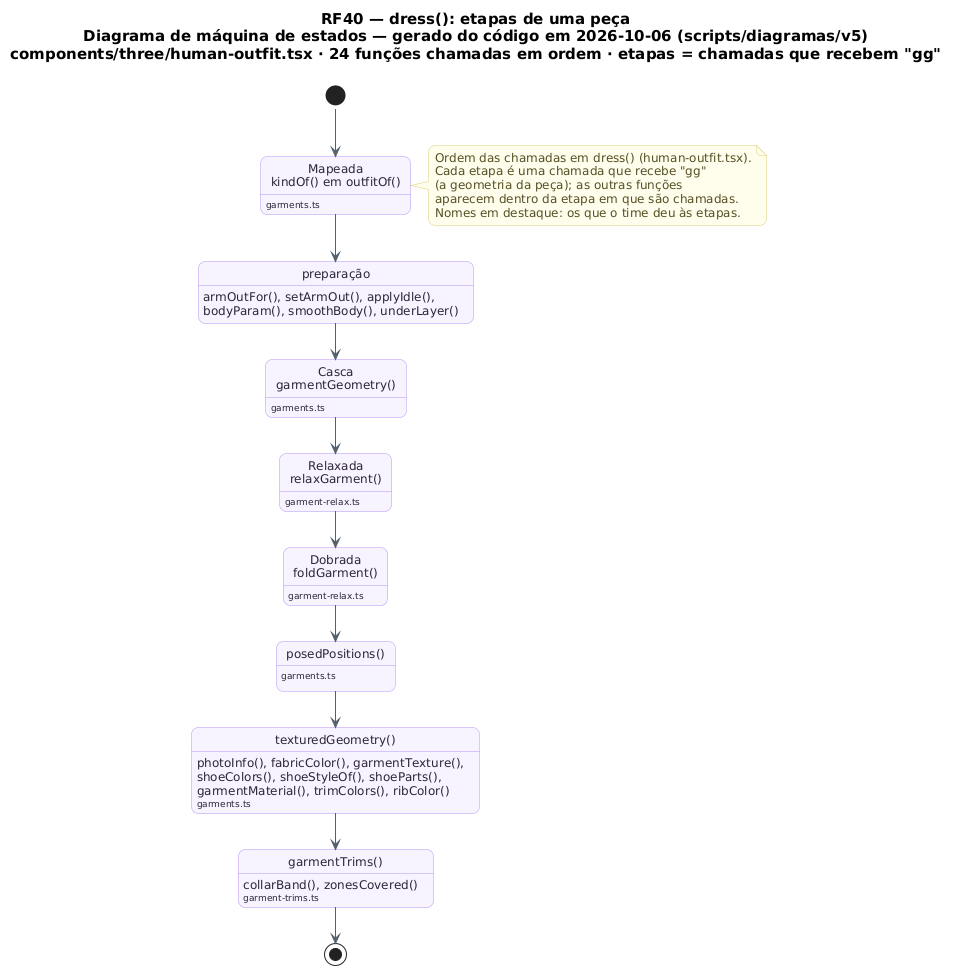
Before: docs/diagramas/RF40-roupa-no-avatar/RF40_Roupa_Estados.png, a diagram exported from PlantUML (MatheusHaliski/tcc-2026-fashion-ai-backend).
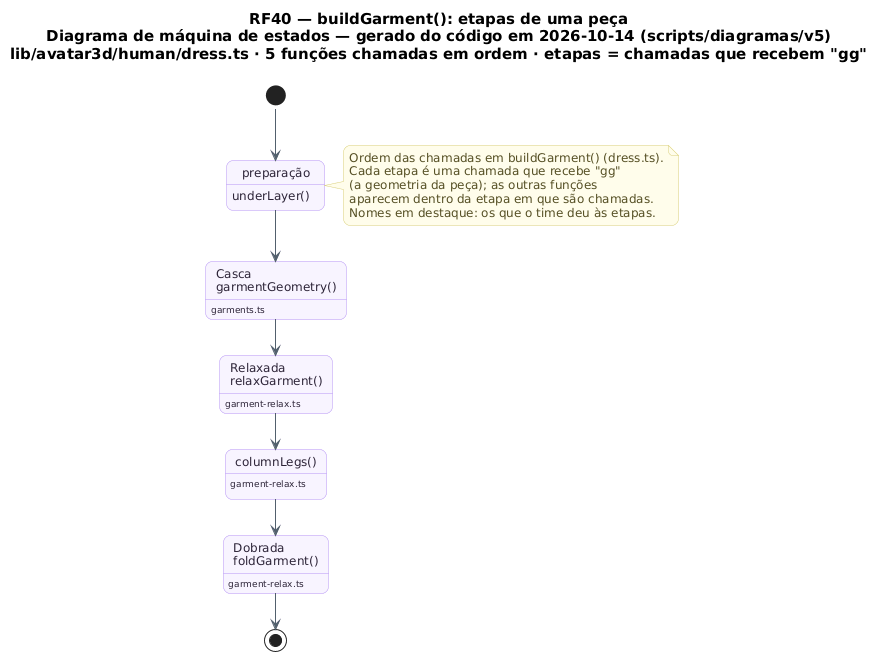
Later version of the same file.

What changed in the source:
```diff
@@ -19,37 +19,26 @@
   StartColor #20A77A
   EndColor #4B5563
 }
-title RF40 — dress(): etapas de uma peça\nDiagrama de máquina de estados — gerado do código em 2026-10-06 (scripts/diagramas/v5)\ncomponents/three/human-outfit.tsx · 24 funções chamadas em ordem · etapas = chamadas que recebem "gg"
+title RF40 — buildGarment(): etapas de uma peça\nDiagrama de máquina de estados — gerado do código em 2026-10-14 (scripts/diagramas/v5)\nlib/avatar3d/human/dress.ts · 5 funções chamadas em ordem · etapas = chamadas que recebem "gg"
 
-state "Mapeada\nkindOf() em outfitOf()" as E0_kindOf
-E0_kindOf : <size:9>garments.ts</size>
-state "preparação" as E1_prepara__o
-E1_prepara__o : armOutFor(), setArmOut(), applyIdle(),\nbodyParam(), smoothBody(), underLayer()
-state "Casca\ngarmentGeometry()" as E2_garmentGeometry
-E2_garmentGeometry : <size:9>garments.ts</size>
-state "Relaxada\nrelaxGarment()" as E3_relaxGarment
-E3_relaxGarment : <size:9>garment-relax.ts</size>
+state "preparação" as E0_prepara__o
+E0_prepara__o : underLayer()
+state "Casca\ngarmentGeometry()" as E1_garmentGeometry
+E1_garmentGeometry : <size:9>garments.ts</size>
+state "Relaxada\nrelaxGarment()" as E2_relaxGarment
+E2_relaxGarment : <size:9>garment-relax.ts</size>
+state "columnLegs()" as E3_columnLegs
+E3_columnLegs : <size:9>garment-relax.ts</size>
 state "Dobrada\nfoldGarment()" as E4_foldGarment
 E4_foldGarment : <size:9>garment-relax.ts</size>
-state "posedPositions()" as E5_posedPositions
-E5_posedPositions : <size:9>garments.ts</size>
-state "texturedGeometry()" as E6_texturedGeometry
-E6_texturedGeometry : photoInfo(), fabricColor(), garmentTexture(),\nshoeColors(), shoeStyleOf(), shoeParts(),\ngarmentMaterial(), trimColors(), ribColor()
-E6_texturedGeometry : <size:9>garments.ts</size>
-state "garmentTrims()" as E7_garmentTrims
-E7_garmentTrims : collarBand(), zonesCovered()
-E7_garmentTrims : <size:9>garment-trims.ts</size>
-[*] --> E0_kindOf
-E0_kindOf --> E1_prepara__o
-E1_prepara__o --> E2_garmentGeometry
-E2_garmentGeometry --> E3_relaxGarment
-E3_relaxGarment --> E4_foldGarment
-E4_foldGarment --> E5_posedPositions
-E5_posedPositions --> E6_texturedGeometry
-E6_texturedGeometry --> E7_garmentTrims
-E7_garmentTrims --> [*]
-note right of E0_kindOf
-  Ordem das chamadas em dress() (human-outfit.tsx).
+[*] --> E0_prepara__o
+E0_prepara__o --> E1_garmentGeometry
+E1_garmentGeometry --> E2_relaxGarment
+E2_relaxGarment --> E3_columnLegs
+E3_columnLegs --> E4_foldGarment
+E4_foldGarment --> [*]
+note right of E0_prepara__o
+  Ordem das chamadas em buildGarment() (dress.ts).
   Cada etapa é uma chamada que recebe "gg"
   (a geometria da peça); as outras funções
   aparecem dentro da etapa em que são chamadas.
```
